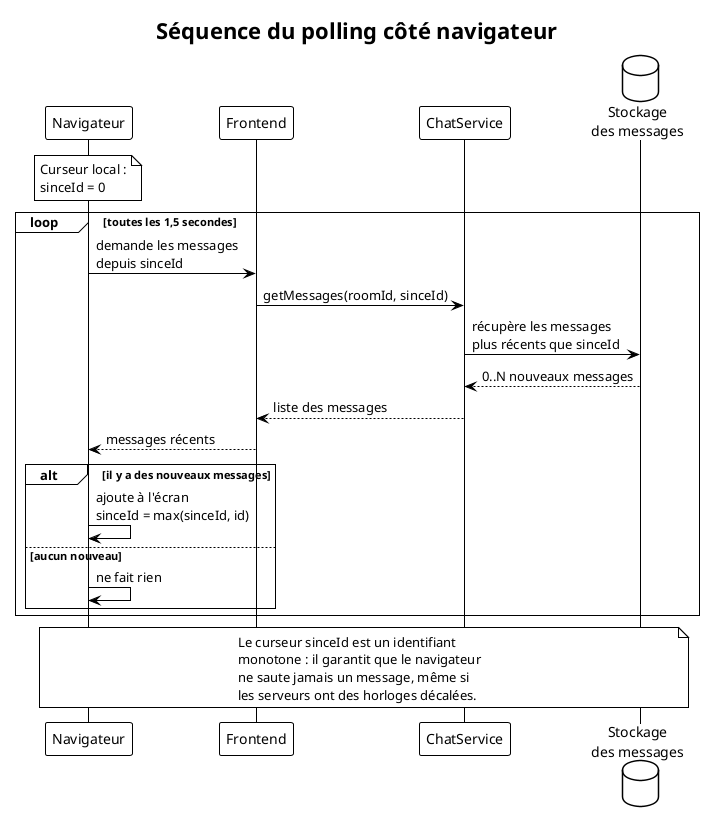
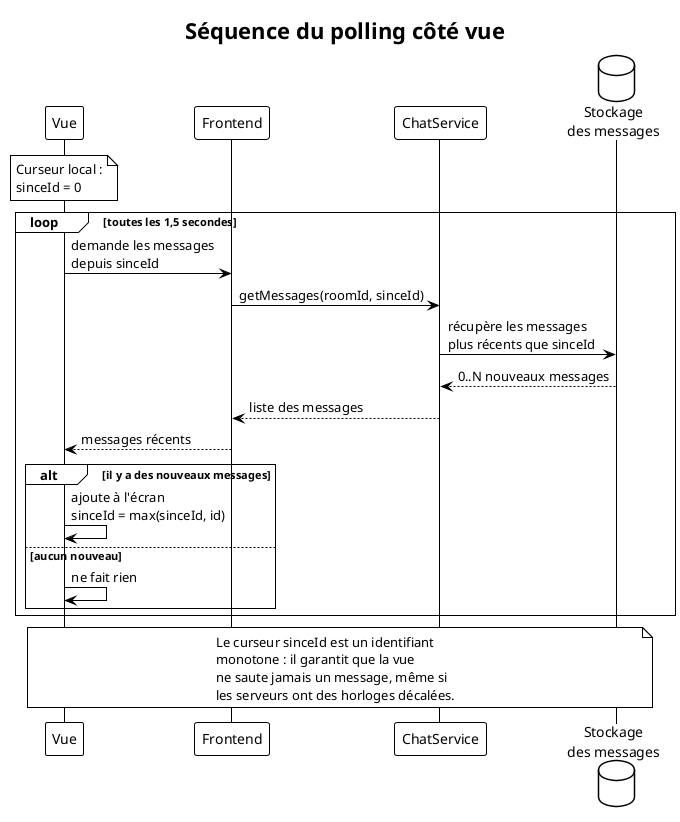
@startuml sequence-polling-simple
!theme plain
skinparam backgroundColor #FFFFFF
skinparam defaultFontName "Helvetica"

- title Séquence du polling côté navigateur
+ title Séquence du polling côté vue

- participant "Navigateur" as nav
+ participant "Vue" as nav
participant "Frontend" as front
participant "ChatService" as chat
database "Stockage\ndes messages" as db

note over nav
  Curseur local :
  sinceId = 0
end note

loop toutes les 1,5 secondes
  nav -> front : demande les messages\ndepuis sinceId
  front -> chat : getMessages(roomId, sinceId)
  chat -> db : récupère les messages\nplus récents que sinceId
  db --> chat : 0..N nouveaux messages
  chat --> front : liste des messages
  front --> nav : messages récents

  alt il y a des nouveaux messages
    nav -> nav : ajoute à l'écran\nsinceId = max(sinceId, id)
  else aucun nouveau
    nav -> nav : ne fait rien
  end
end

note over nav, db
  Le curseur sinceId est un identifiant
-   monotone : il garantit que le navigateur
+   monotone : il garantit que la vue
  ne saute jamais un message, même si
  les serveurs ont des horloges décalées.
end note

@enduml
